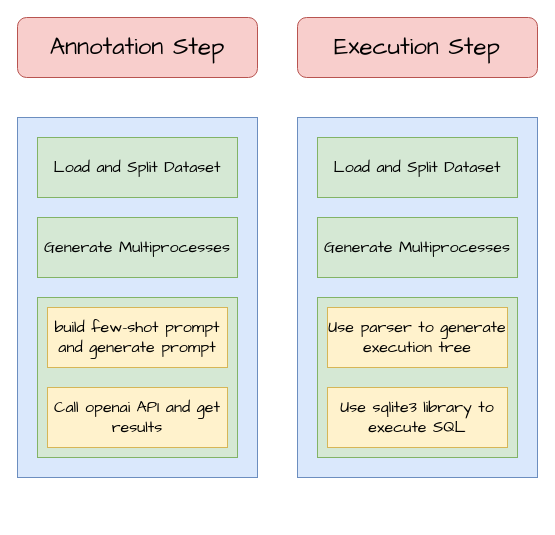
This is draw/Binder代码框架.drawio from zhiyuan5986/draw_io, a draw.io file, before an edit. Source tidied: cells renumbered, new cells numbered last; positions are measured from the earlier drawing's top-left corner, leaving out a move shared by most shapes. Both pictures are drawn from the tidied source at 100%, with x=0, y=0 at pixel (17, 17).
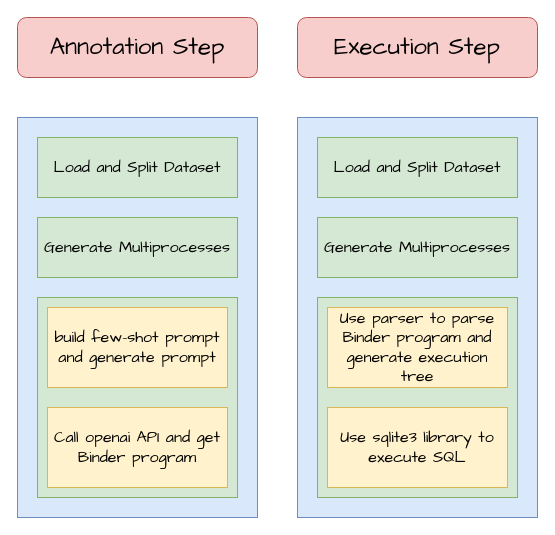
The same page after the edit.

Commit message:
更新Binder代码框架.drawio

What changed in the source:
```diff
@@
 <mxGraphModel>
   <root>
     <mxCell id="0" />
     <mxCell id="1" parent="0" />
     <mxCell id="2" style="rounded=0;whiteSpace=wrap;html=1;fillColor=#dae8fc;strokeColor=#6c8ebf;" parent="1" vertex="1">
-      <mxGeometry y="100" width="240" height="360" as="geometry" />
+      <mxGeometry y="100" width="240" height="400" as="geometry" />
     </mxCell>
     <mxCell id="3" value="Annotation Step" style="rounded=1;whiteSpace=wrap;html=1;fontFamily=Comic Sans MS;fontSize=24;fillColor=#f8cecc;strokeColor=#b85450;" parent="1" vertex="1">
       <mxGeometry width="240" height="60" as="geometry" />
     </mxCell>
     <mxCell id="4" value="&lt;font style=&quot;font-size: 16px;&quot; face=&quot;Comic Sans MS&quot;&gt;Load and Split Dataset&lt;/font&gt;" style="rounded=0;whiteSpace=wrap;html=1;fillColor=#d5e8d4;strokeColor=#82b366;" parent="1" vertex="1">
       <mxGeometry x="20" y="120" width="200" height="60" as="geometry" />
     </mxCell>
     <mxCell id="5" value="&lt;font style=&quot;font-size: 16px;&quot; face=&quot;Comic Sans MS&quot;&gt;Generate Multiprocesses&lt;/font&gt;" style="rounded=0;whiteSpace=wrap;html=1;fillColor=#d5e8d4;strokeColor=#82b366;" parent="1" vertex="1">
       <mxGeometry x="20" y="200" width="200" height="60" as="geometry" />
     </mxCell>
     <mxCell id="6" style="rounded=0;whiteSpace=wrap;html=1;fillColor=#d5e8d4;strokeColor=#82b366;" parent="1" vertex="1">
-      <mxGeometry x="20" y="280" width="200" height="160" as="geometry" />
+      <mxGeometry x="20" y="280" width="200" height="200" as="geometry" />
     </mxCell>
     <mxCell id="7" value="&lt;font style=&quot;font-size: 16px;&quot; face=&quot;Comic Sans MS&quot;&gt;build few-shot prompt and generate prompt&lt;/font&gt;" style="rounded=0;whiteSpace=wrap;html=1;fillColor=#fff2cc;strokeColor=#d6b656;" parent="1" vertex="1">
-      <mxGeometry x="30" y="290" width="180" height="60" as="geometry" />
+      <mxGeometry x="30" y="290" width="180" height="80" as="geometry" />
     </mxCell>
-    <mxCell id="8" value="&lt;font style=&quot;font-size: 16px;&quot; face=&quot;Comic Sans MS&quot;&gt;Call openai API and get results&lt;/font&gt;" style="rounded=0;whiteSpace=wrap;html=1;fillColor=#fff2cc;strokeColor=#d6b656;" parent="1" vertex="1">
-      <mxGeometry x="30" y="370" width="180" height="60" as="geometry" />
+    <mxCell id="8" value="&lt;font style=&quot;font-size: 16px;&quot; face=&quot;Comic Sans MS&quot;&gt;Call openai API and get Binder program&lt;/font&gt;" style="rounded=0;whiteSpace=wrap;html=1;fillColor=#fff2cc;strokeColor=#d6b656;" parent="1" vertex="1">
+      <mxGeometry x="30" y="390" width="180" height="80" as="geometry" />
     </mxCell>
     <mxCell id="9" style="rounded=0;whiteSpace=wrap;html=1;fillColor=#dae8fc;strokeColor=#6c8ebf;" parent="1" vertex="1">
-      <mxGeometry x="280" y="100" width="240" height="360" as="geometry" />
+      <mxGeometry x="280" y="100" width="240" height="400" as="geometry" />
     </mxCell>
     <mxCell id="10" value="Execution Step" style="rounded=1;whiteSpace=wrap;html=1;fontFamily=Comic Sans MS;fontSize=24;fillColor=#f8cecc;strokeColor=#b85450;" parent="1" vertex="1">
       <mxGeometry x="280" width="240" height="60" as="geometry" />
     </mxCell>
     <mxCell id="11" value="&lt;font style=&quot;font-size: 16px;&quot; face=&quot;Comic Sans MS&quot;&gt;Load and Split Dataset&lt;/font&gt;" style="rounded=0;whiteSpace=wrap;html=1;fillColor=#d5e8d4;strokeColor=#82b366;" parent="1" vertex="1">
       <mxGeometry x="300" y="120" width="200" height="60" as="geometry" />
     </mxCell>
     <mxCell id="12" value="&lt;font style=&quot;font-size: 16px;&quot; face=&quot;Comic Sans MS&quot;&gt;Generate Multiprocesses&lt;/font&gt;" style="rounded=0;whiteSpace=wrap;html=1;fillColor=#d5e8d4;strokeColor=#82b366;" parent="1" vertex="1">
       <mxGeometry x="300" y="200" width="200" height="60" as="geometry" />
     </mxCell>
     <mxCell id="13" style="rounded=0;whiteSpace=wrap;html=1;fillColor=#d5e8d4;strokeColor=#82b366;" parent="1" vertex="1">
-      <mxGeometry x="300" y="280" width="200" height="160" as="geometry" />
+      <mxGeometry x="300" y="280" width="200" height="200" as="geometry" />
     </mxCell>
-    <mxCell id="14" value="&lt;font style=&quot;font-size: 16px;&quot; face=&quot;Comic Sans MS&quot;&gt;Use parser to generate execution tree&lt;/font&gt;" style="rounded=0;whiteSpace=wrap;html=1;fillColor=#fff2cc;strokeColor=#d6b656;" parent="1" vertex="1">
-      <mxGeometry x="310" y="290" width="180" height="60" as="geometry" />
+    <mxCell id="14" value="&lt;font style=&quot;font-size: 16px;&quot; face=&quot;Comic Sans MS&quot;&gt;Use parser to parse Binder program and generate execution tree&lt;/font&gt;" style="rounded=0;whiteSpace=wrap;html=1;fillColor=#fff2cc;strokeColor=#d6b656;" parent="1" vertex="1">
+      <mxGeometry x="310" y="290" width="180" height="80" as="geometry" />
     </mxCell>
     <mxCell id="15" value="&lt;font style=&quot;font-size: 16px;&quot; face=&quot;Comic Sans MS&quot;&gt;Use&amp;nbsp;&lt;/font&gt;&lt;font face=&quot;Comic Sans MS&quot;&gt;&lt;span style=&quot;font-size: 16px;&quot;&gt;sqlite3 library to execute SQL&lt;/span&gt;&lt;/font&gt;" style="rounded=0;whiteSpace=wrap;html=1;fillColor=#fff2cc;strokeColor=#d6b656;" parent="1" vertex="1">
-      <mxGeometry x="310" y="370" width="180" height="60" as="geometry" />
+      <mxGeometry x="310" y="390" width="180" height="80" as="geometry" />
     </mxCell>
   </root>
 </mxGraphModel>
```
